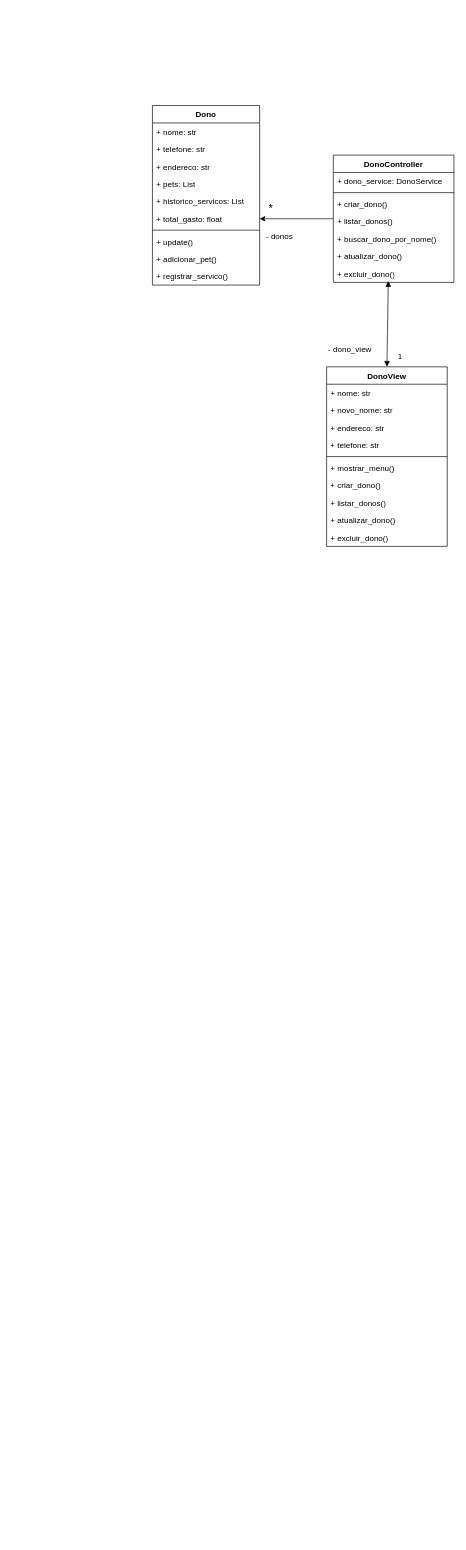
Above: UML.drawio in matheussilvano/dsoo-gestao-de-pets (draw.io), before the change. Source tidied: cells renumbered, new cells numbered last; positions are measured from the earlier drawing's top-left corner, leaving out a move shared by most shapes. Both pictures are drawn from the tidied source at 67%, with x=0, y=0 at pixel (11, 11).
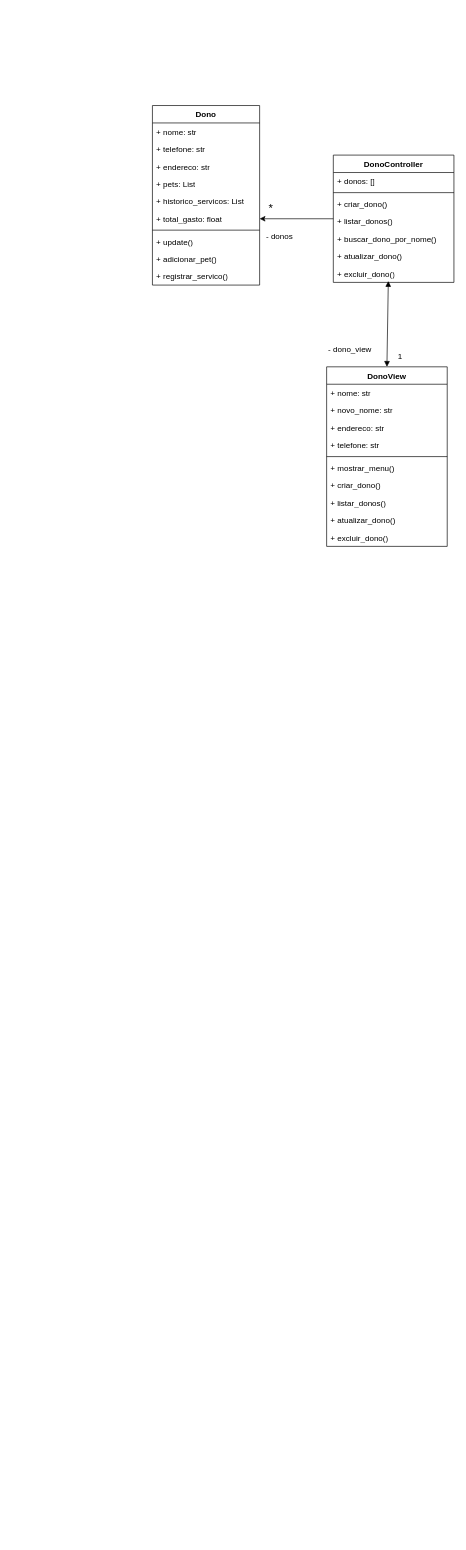
After the change.

The change refers to these unchanged cells:
```xml
<mxCell id="15" value="DonoController" style="swimlane;fontStyle=1;align=center;verticalAlign=top;horizontal=1;startSize=26;whiteSpace=wrap;html=1;" parent="1" vertex="1">
  <mxGeometry x="480" y="214" width="180" height="190" as="geometry" />
</mxCell>
```

Diff of the diagram source:
```diff
@@
-    <mxCell id="16" value="+ dono_service: DonoService" style="text;strokeColor=none;fillColor=none;align=left;verticalAlign=top;spacingLeft=4;spacingRight=4;overflow=hidden;whiteSpace=wrap;html=1;" parent="15" vertex="1">
+    <mxCell id="16" value="+ donos: []" style="text;strokeColor=none;fillColor=none;align=left;verticalAlign=top;spacingLeft=4;spacingRight=4;overflow=hidden;whiteSpace=wrap;html=1;" parent="15" vertex="1">
       <mxGeometry y="26" width="180" height="26" as="geometry" />
     </mxCell>
```
